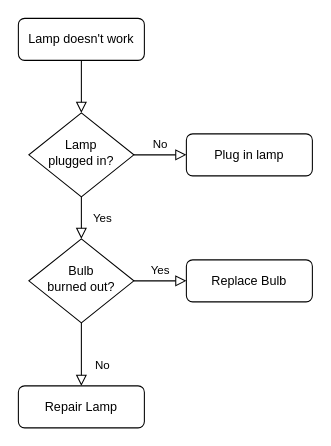
The draw.io diagram Untitled Diagram.drawio in lalaChloe/guosai, before the edit. Source tidied: cells renumbered, new cells numbered last; positions are measured from the earlier drawing's top-left corner, leaving out a move shared by most shapes. Both pictures are drawn from the tidied source at 105%, with x=0, y=0 at pixel (18, 18).
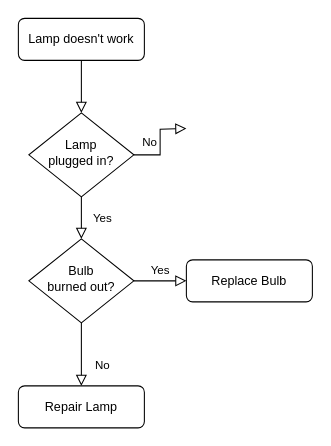
Above is the later version.

The edit, as a diff of the source:
```diff
@@
 <mxGraphModel>
   <root>
     <mxCell id="0" />
     <mxCell id="1" parent="0" />
     <mxCell id="2" style="rounded=0;html=1;jettySize=auto;fontSize=11;endArrow=block;endFill=0;endSize=8;strokeWidth=1;shadow=0;labelBackgroundColor=none;edgeStyle=orthogonalEdgeStyle;" parent="1" edge="1" source="3" target="6">
       <mxGeometry relative="1" as="geometry" />
     </mxCell>
     <mxCell id="3" value="Lamp doesn't work" style="rounded=1;whiteSpace=wrap;html=1;fontSize=12;glass=0;strokeWidth=1;shadow=0;" parent="1" vertex="1">
       <mxGeometry width="120" height="40" as="geometry" />
     </mxCell>
     <mxCell id="4" value="Yes" style="rounded=0;html=1;jettySize=auto;fontSize=11;endArrow=block;endFill=0;endSize=8;strokeWidth=1;shadow=0;labelBackgroundColor=none;edgeStyle=orthogonalEdgeStyle;" parent="1" edge="1" source="6" target="10">
       <mxGeometry y="20" relative="1" as="geometry" />
     </mxCell>
-    <mxCell id="5" value="No" style="edgeStyle=orthogonalEdgeStyle;rounded=0;html=1;jettySize=auto;fontSize=11;endArrow=block;endFill=0;endSize=8;strokeWidth=1;shadow=0;labelBackgroundColor=none;" parent="1" edge="1" source="6" target="7">
-      <mxGeometry y="10" relative="1" as="geometry" />
+    <mxCell id="5" value="No" style="edgeStyle=orthogonalEdgeStyle;rounded=0;html=1;jettySize=auto;fontSize=11;endArrow=block;endFill=0;endSize=8;strokeWidth=1;shadow=0;labelBackgroundColor=none;" parent="1" edge="1" source="6">
+      <mxGeometry y="10" relative="1" as="geometry">
+        <mxPoint x="160" y="105" as="targetPoint" />
+      </mxGeometry>
     </mxCell>
     <mxCell id="6" value="Lamp&lt;br&gt;plugged in?" style="rhombus;whiteSpace=wrap;html=1;shadow=0;fontFamily=Helvetica;fontSize=12;align=center;strokeWidth=1;spacing=6;spacingTop=-4;" parent="1" vertex="1">
       <mxGeometry x="10" y="90" width="100" height="80" as="geometry" />
     </mxCell>
-    <mxCell id="7" value="Plug in lamp" style="rounded=1;whiteSpace=wrap;html=1;fontSize=12;glass=0;strokeWidth=1;shadow=0;" parent="1" vertex="1">
-      <mxGeometry x="160" y="110" width="120" height="40" as="geometry" />
-    </mxCell>
     <mxCell id="8" value="No" style="rounded=0;html=1;jettySize=auto;fontSize=11;endArrow=block;endFill=0;endSize=8;strokeWidth=1;shadow=0;labelBackgroundColor=none;edgeStyle=orthogonalEdgeStyle;" parent="1" edge="1" source="10" target="11">
       <mxGeometry x="0.33" y="20" relative="1" as="geometry" />
     </mxCell>
     <mxCell id="9" value="Yes" style="edgeStyle=orthogonalEdgeStyle;rounded=0;html=1;jettySize=auto;fontSize=11;endArrow=block;endFill=0;endSize=8;strokeWidth=1;shadow=0;labelBackgroundColor=none;" parent="1" edge="1" source="10" target="12">
       <mxGeometry y="10" relative="1" as="geometry" />
     </mxCell>
     <mxCell id="10" value="Bulb&lt;br&gt;burned out?" style="rhombus;whiteSpace=wrap;html=1;shadow=0;fontFamily=Helvetica;fontSize=12;align=center;strokeWidth=1;spacing=6;spacingTop=-4;" parent="1" vertex="1">
       <mxGeometry x="10" y="210" width="100" height="80" as="geometry" />
     </mxCell>
     <mxCell id="11" value="Repair Lamp" style="rounded=1;whiteSpace=wrap;html=1;fontSize=12;glass=0;strokeWidth=1;shadow=0;" parent="1" vertex="1">
       <mxGeometry y="350" width="120" height="40" as="geometry" />
     </mxCell>
     <mxCell id="12" value="Replace Bulb" style="rounded=1;whiteSpace=wrap;html=1;fontSize=12;glass=0;strokeWidth=1;shadow=0;" parent="1" vertex="1">
       <mxGeometry x="160" y="230" width="120" height="40" as="geometry" />
     </mxCell>
   </root>
 </mxGraphModel>
```
